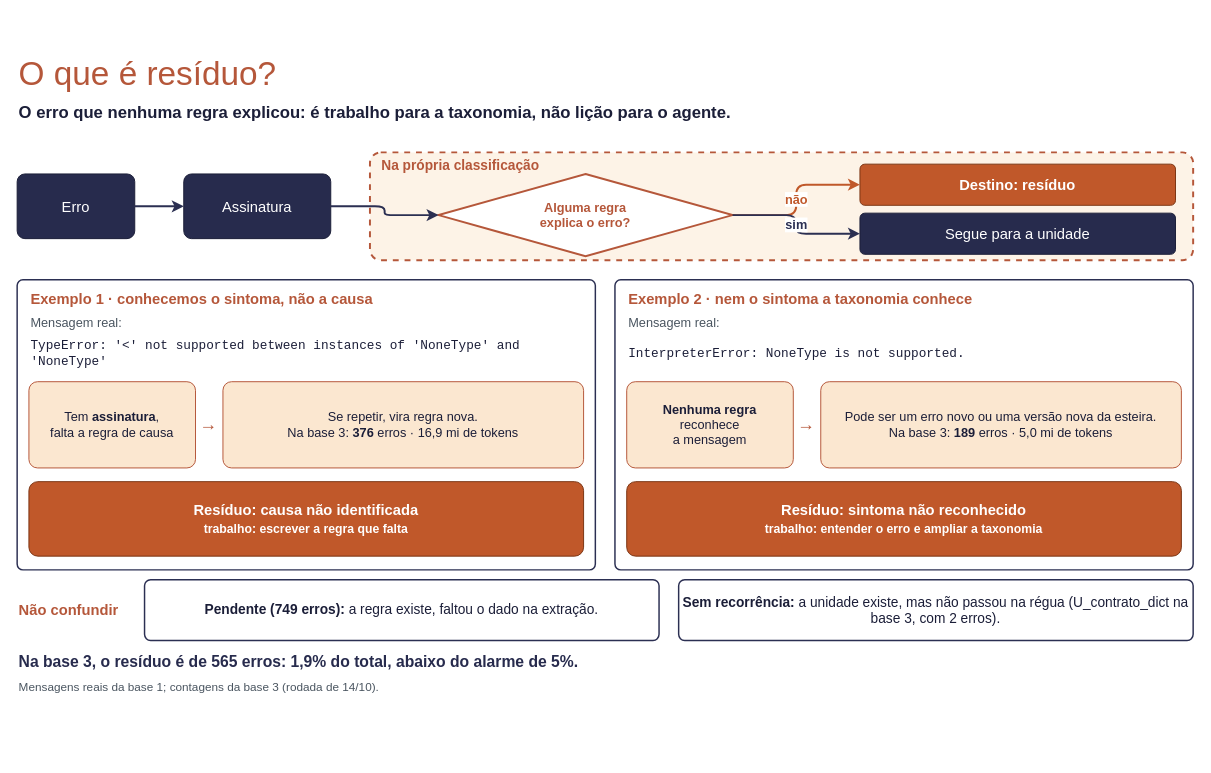
rc-ventura/memory_layer_ai_agents keeps this draw.io diagram as docs/sources/residuo.drawio. Above is the earlier version. Source tidied: cells renumbered, new cells numbered last; positions are measured from the earlier drawing's top-left corner, leaving out a move shared by most shapes. Both pictures are drawn from the tidied source at 98%, with x=0, y=0 at pixel (17, 48).
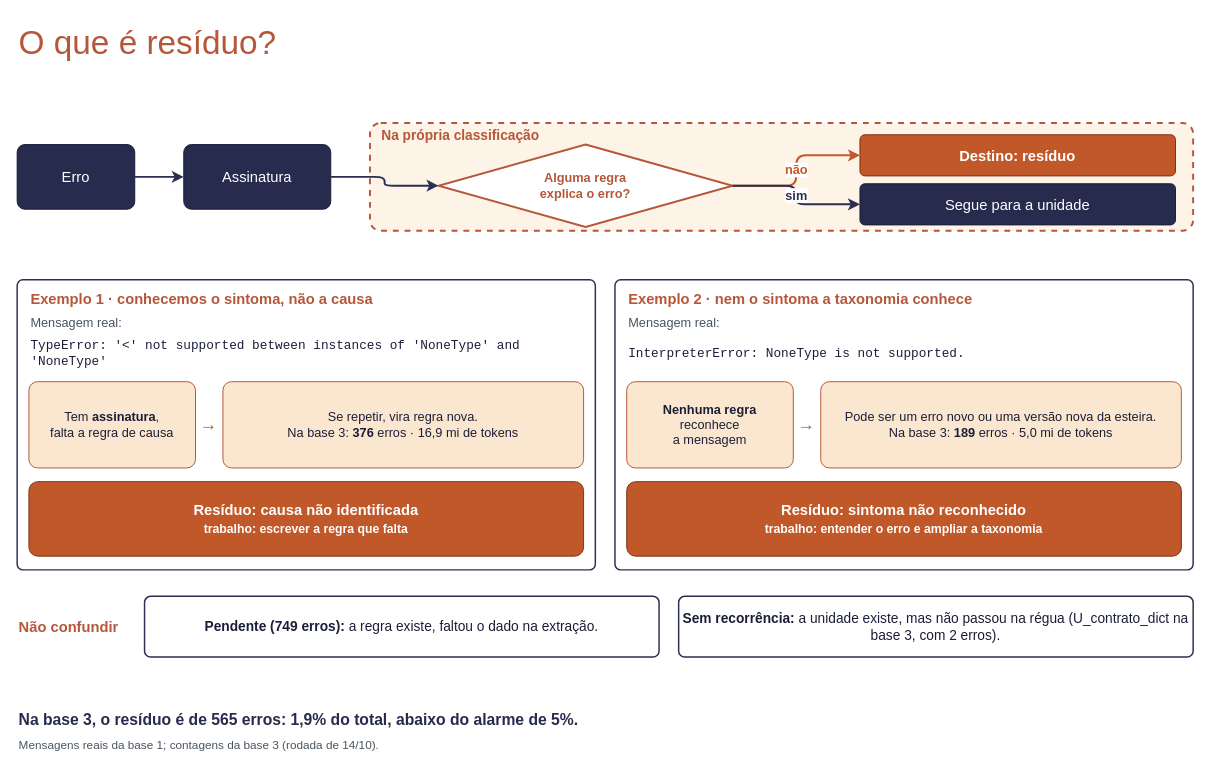
The same diagram, later.

Diff of the diagram source:
```diff
@@
     <mxCell id="2" value="O que é resíduo?" style="text;html=1;verticalAlign=middle;whiteSpace=wrap;align=left;fontSize=34;fontColor=#B5573A;" parent="1" vertex="1">
-      <mxGeometry width="1200" height="52" as="geometry" />
+      <mxGeometry y="-32" width="1200" height="52" as="geometry" />
     </mxCell>
-    <mxCell id="3" value="&lt;b&gt;O erro que nenhuma regra explicou: é trabalho para a taxonomia, não lição para o agente.&lt;/b&gt;" style="text;html=1;verticalAlign=middle;whiteSpace=wrap;align=left;fontSize=17;fontColor=#1B1E38;" parent="1" vertex="1">
-      <mxGeometry y="52" width="1200" height="28" as="geometry" />
-    </mxCell>
     <mxCell id="4" style="rounded=1;arcSize=10;whiteSpace=wrap;html=1;fillColor=#FDF3E7;strokeColor=#B5573A;strokeWidth=2;dashed=1;" parent="1" vertex="1">
-      <mxGeometry x="360" y="106" width="840" height="110" as="geometry" />
+      <mxGeometry x="360" y="76" width="840" height="110" as="geometry" />
     </mxCell>
     <mxCell id="5" value="&lt;b&gt;Na própria classificação&lt;/b&gt;" style="text;html=1;verticalAlign=middle;whiteSpace=wrap;align=left;fontSize=14;fontColor=#B5573A;" parent="1" vertex="1">
-      <mxGeometry x="370" y="108" width="400" height="22" as="geometry" />
+      <mxGeometry x="370" y="78" width="400" height="22" as="geometry" />
     </mxCell>
     <mxCell id="6" value="Erro" style="rounded=1;arcSize=12;whiteSpace=wrap;html=1;fillColor=#272B4D;strokeColor=#1B1E38;fontColor=#FFFFFF;fontSize=15;" parent="1" vertex="1">
-      <mxGeometry y="128" width="120" height="66" as="geometry" />
+      <mxGeometry y="98" width="120" height="66" as="geometry" />
     </mxCell>
     <mxCell id="7" value="Assinatura" style="rounded=1;arcSize=12;whiteSpace=wrap;html=1;fillColor=#272B4D;strokeColor=#1B1E38;fontColor=#FFFFFF;fontSize=15;" parent="1" vertex="1">
-      <mxGeometry x="170" y="128" width="150" height="66" as="geometry" />
+      <mxGeometry x="170" y="98" width="150" height="66" as="geometry" />
     </mxCell>
     <mxCell id="8" value="Alguma regra&lt;br&gt;explica o erro?" style="rhombus;whiteSpace=wrap;html=1;fillColor=#FFFFFF;strokeColor=#B5573A;strokeWidth=2;fontColor=#B5573A;fontSize=13;fontStyle=1;" parent="1" vertex="1">
-      <mxGeometry x="430" y="128" width="300" height="84" as="geometry" />
+      <mxGeometry x="430" y="98" width="300" height="84" as="geometry" />
     </mxCell>
     <mxCell id="9" value="Destino: resíduo" style="rounded=1;arcSize=12;whiteSpace=wrap;html=1;fillColor=#C0582A;strokeColor=#7A3412;fontColor=#FFFFFF;fontSize=15;fontStyle=1;" parent="1" vertex="1">
-      <mxGeometry x="860" y="118" width="322" height="42" as="geometry" />
+      <mxGeometry x="860" y="88" width="322" height="42" as="geometry" />
     </mxCell>
     <mxCell id="10" value="Segue para a unidade" style="rounded=1;arcSize=12;whiteSpace=wrap;html=1;fillColor=#272B4D;strokeColor=#1B1E38;fontColor=#FFFFFF;fontSize=15;" parent="1" vertex="1">
-      <mxGeometry x="860" y="168" width="322" height="42" as="geometry" />
+      <mxGeometry x="860" y="138" width="322" height="42" as="geometry" />
     </mxCell>
@@
     <mxCell id="31" value="&lt;b&gt;Não confundir&lt;/b&gt;" style="text;html=1;verticalAlign=middle;whiteSpace=wrap;align=left;fontSize=15;fontColor=#B5573A;" parent="1" vertex="1">
-      <mxGeometry y="542" width="130" height="62" as="geometry" />
+      <mxGeometry y="559" width="130" height="62" as="geometry" />
     </mxCell>
     <mxCell id="32" value="&lt;b&gt;Pendente (749 erros):&lt;/b&gt; a regra existe, faltou o dado na extração." style="rounded=1;arcSize=10;whiteSpace=wrap;html=1;fillColor=#FFFFFF;strokeColor=#2B2F52;strokeWidth=1.5;fontColor=#1B1E38;fontSize=14;" parent="1" vertex="1">
-      <mxGeometry x="130" y="542" width="525" height="62" as="geometry" />
+      <mxGeometry x="130" y="559" width="525" height="62" as="geometry" />
     </mxCell>
     <mxCell id="33" value="&lt;b&gt;Sem recorrência:&lt;/b&gt; a unidade existe, mas não passou na régua (U_contrato_dict na base 3, com 2 erros)." style="rounded=1;arcSize=10;whiteSpace=wrap;html=1;fillColor=#FFFFFF;strokeColor=#2B2F52;strokeWidth=1.5;fontColor=#1B1E38;fontSize=14;" parent="1" vertex="1">
-      <mxGeometry x="675" y="542" width="525" height="62" as="geometry" />
+      <mxGeometry x="675" y="559" width="525" height="62" as="geometry" />
     </mxCell>
     <mxCell id="34" value="&lt;b&gt;Na base 3, o resíduo é de 565 erros: 1,9% do total, abaixo do alarme de 5%.&lt;/b&gt;" style="text;html=1;verticalAlign=middle;whiteSpace=wrap;align=left;fontSize=16;fontColor=#272B4D;" parent="1" vertex="1">
-      <mxGeometry y="612" width="1200" height="28" as="geometry" />
+      <mxGeometry y="671" width="1200" height="28" as="geometry" />
     </mxCell>
     <mxCell id="35" value="Mensagens reais da base 1; contagens da base 3 (rodada de 14/10)." style="text;html=1;verticalAlign=middle;whiteSpace=wrap;align=left;fontSize=12;fontColor=#4A5560;" parent="1" vertex="1">
-      <mxGeometry y="640" width="1200" height="24" as="geometry" />
+      <mxGeometry y="699" width="1200" height="24" as="geometry" />
     </mxCell>
```
